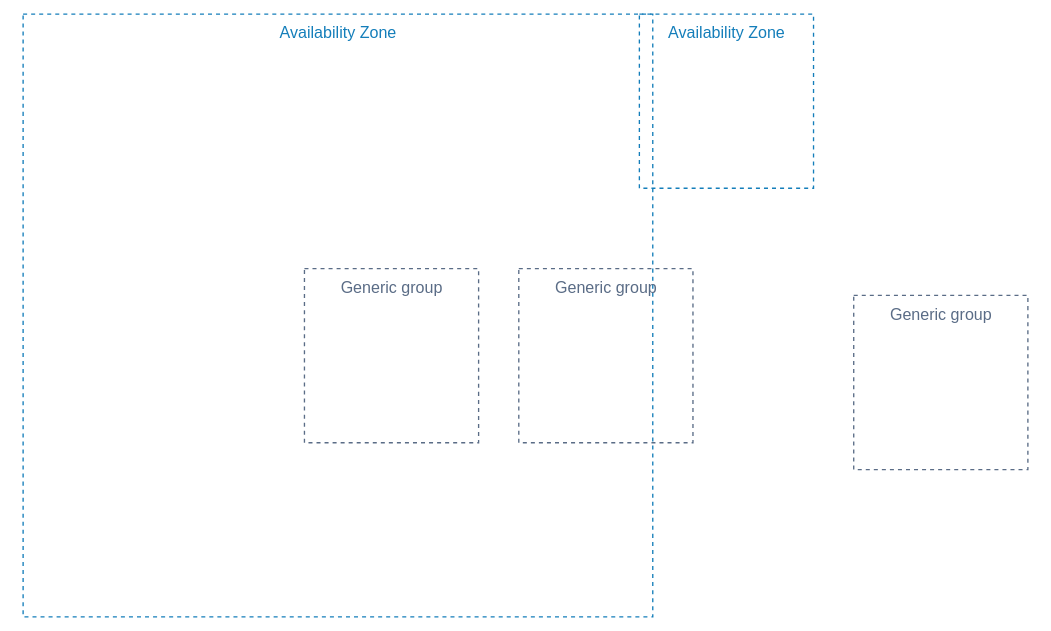
Earlier version of the draw.io export AWS/Untitled Diagram.svg (alexanderoneill/Obsidian). Source tidied: cells renumbered, new cells last; positions are measured from the earlier drawing's top-left corner, leaving out a move shared by most shapes.
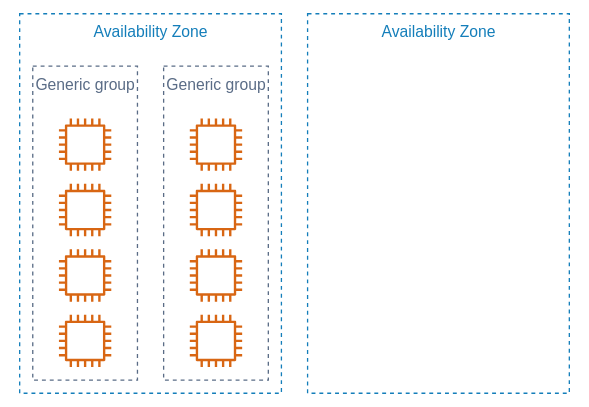
After the change.

Commit message:
vault backup: 14.08.2023 - 08:42:15

What changed in the source:
```diff
@@ -3,19 +3,40 @@
     <mxCell id="0" />
     <mxCell id="1" parent="0" />
     <mxCell id="2" value="Availability Zone" style="fillColor=none;strokeColor=#147EBA;dashed=1;verticalAlign=top;fontStyle=0;fontColor=#147EBA;" parent="1" vertex="1">
-      <mxGeometry width="470" height="450" as="geometry" />
+      <mxGeometry x="530" y="400" width="200" height="290" as="geometry" />
     </mxCell>
+    <mxCell id="4" value="Generic group" style="fillColor=none;strokeColor=#5A6C86;dashed=1;verticalAlign=top;fontStyle=0;fontColor=#5A6C86;" parent="1" vertex="1">
+      <mxGeometry x="540" y="440" width="80" height="240" as="geometry" />
+    </mxCell>
+    <mxCell id="7" style="fontColor=#232F3E;gradientColor=none;fillColor=#D86613;strokeColor=none;dashed=0;verticalLabelPosition=bottom;verticalAlign=top;align=center;html=1;fontSize=12;fontStyle=0;shape=mxgraph.aws4.instance2;" parent="1" vertex="1">
+      <mxGeometry x="560" y="480" width="40" height="40" as="geometry" />
+    </mxCell>
+    <mxCell id="8" style="fontColor=#232F3E;gradientColor=none;fillColor=#D86613;strokeColor=none;dashed=0;verticalLabelPosition=bottom;verticalAlign=top;align=center;html=1;fontSize=12;fontStyle=0;shape=mxgraph.aws4.instance2;" parent="1" vertex="1">
+      <mxGeometry x="560" y="630" width="40" height="40" as="geometry" />
+    </mxCell>
+    <mxCell id="9" style="fontColor=#232F3E;gradientColor=none;fillColor=#D86613;strokeColor=none;dashed=0;verticalLabelPosition=bottom;verticalAlign=top;align=center;html=1;fontSize=12;fontStyle=0;shape=mxgraph.aws4.instance2;" parent="1" vertex="1">
+      <mxGeometry x="560" y="530" width="40" height="40" as="geometry" />
+    </mxCell>
+    <mxCell id="10" style="fontColor=#232F3E;gradientColor=none;fillColor=#D86613;strokeColor=none;dashed=0;verticalLabelPosition=bottom;verticalAlign=top;align=center;html=1;fontSize=12;fontStyle=0;shape=mxgraph.aws4.instance2;" parent="1" vertex="1">
+      <mxGeometry x="560" y="580" width="40" height="40" as="geometry" />
+    </mxCell>
+    <mxCell id="11" value="Generic group" style="fillColor=none;strokeColor=#5A6C86;dashed=1;verticalAlign=top;fontStyle=0;fontColor=#5A6C86;" parent="1" vertex="1">
+      <mxGeometry x="640" y="440" width="80" height="240" as="geometry" />
+    </mxCell>
+    <mxCell id="12" style="fontColor=#232F3E;gradientColor=none;fillColor=#D86613;strokeColor=none;dashed=0;verticalLabelPosition=bottom;verticalAlign=top;align=center;html=1;fontSize=12;fontStyle=0;shape=mxgraph.aws4.instance2;" parent="1" vertex="1">
+      <mxGeometry x="660" y="480" width="40" height="40" as="geometry" />
+    </mxCell>
+    <mxCell id="13" style="fontColor=#232F3E;gradientColor=none;fillColor=#D86613;strokeColor=none;dashed=0;verticalLabelPosition=bottom;verticalAlign=top;align=center;html=1;fontSize=12;fontStyle=0;shape=mxgraph.aws4.instance2;" parent="1" vertex="1">
+      <mxGeometry x="660" y="630" width="40" height="40" as="geometry" />
+    </mxCell>
+    <mxCell id="14" style="fontColor=#232F3E;gradientColor=none;fillColor=#D86613;strokeColor=none;dashed=0;verticalLabelPosition=bottom;verticalAlign=top;align=center;html=1;fontSize=12;fontStyle=0;shape=mxgraph.aws4.instance2;" parent="1" vertex="1">
+      <mxGeometry x="660" y="530" width="40" height="40" as="geometry" />
+    </mxCell>
+    <mxCell id="15" style="fontColor=#232F3E;gradientColor=none;fillColor=#D86613;strokeColor=none;dashed=0;verticalLabelPosition=bottom;verticalAlign=top;align=center;html=1;fontSize=12;fontStyle=0;shape=mxgraph.aws4.instance2;" parent="1" vertex="1">
+      <mxGeometry x="660" y="580" width="40" height="40" as="geometry" />
+    </mxCell>
     <mxCell id="3" value="Availability Zone" style="fillColor=none;strokeColor=#147EBA;dashed=1;verticalAlign=top;fontStyle=0;fontColor=#147EBA;" parent="1" vertex="1">
-      <mxGeometry x="460" width="130" height="130" as="geometry" />
+      <mxGeometry x="750" y="400" width="200" height="290" as="geometry" />
     </mxCell>
-    <mxCell id="4" value="Generic group" style="fillColor=none;strokeColor=#5A6C86;dashed=1;verticalAlign=top;fontStyle=0;fontColor=#5A6C86;" parent="1" vertex="1">
-      <mxGeometry x="620" y="210" width="130" height="130" as="geometry" />
-    </mxCell>
-    <mxCell id="5" value="Generic group" style="fillColor=none;strokeColor=#5A6C86;dashed=1;verticalAlign=top;fontStyle=0;fontColor=#5A6C86;" parent="1" vertex="1">
-      <mxGeometry x="210" y="190" width="130" height="130" as="geometry" />
-    </mxCell>
-    <mxCell id="6" value="Generic group" style="fillColor=none;strokeColor=#5A6C86;dashed=1;verticalAlign=top;fontStyle=0;fontColor=#5A6C86;" parent="1" vertex="1">
-      <mxGeometry x="370" y="190" width="130" height="130" as="geometry" />
-    </mxCell>
   </root>
 </mxGraphModel>
```
